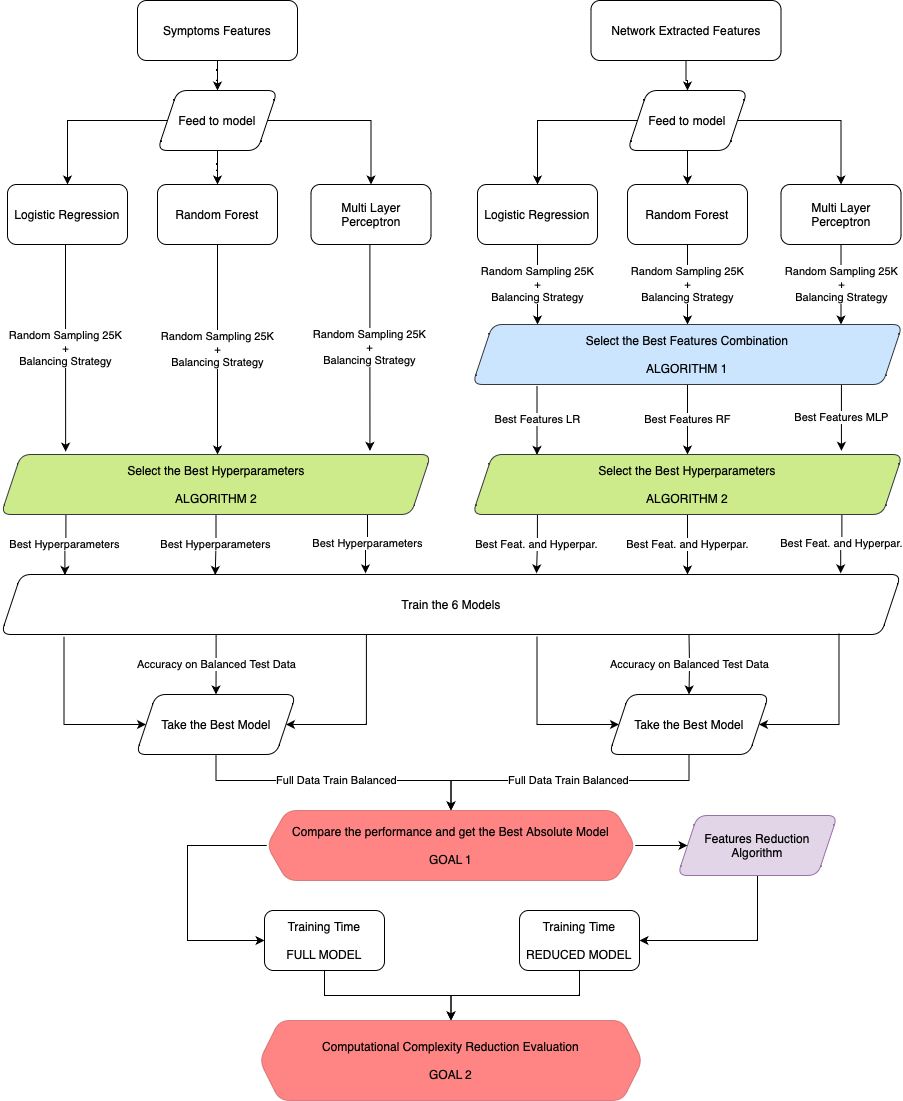
The draw.io diagram report/images/operational_flow.png in DavideLigari/disease-prediction, before a commit. Source tidied: cells renumbered, new cells last; positions are measured from the earlier drawing's top-left corner, leaving out a move shared by most shapes.
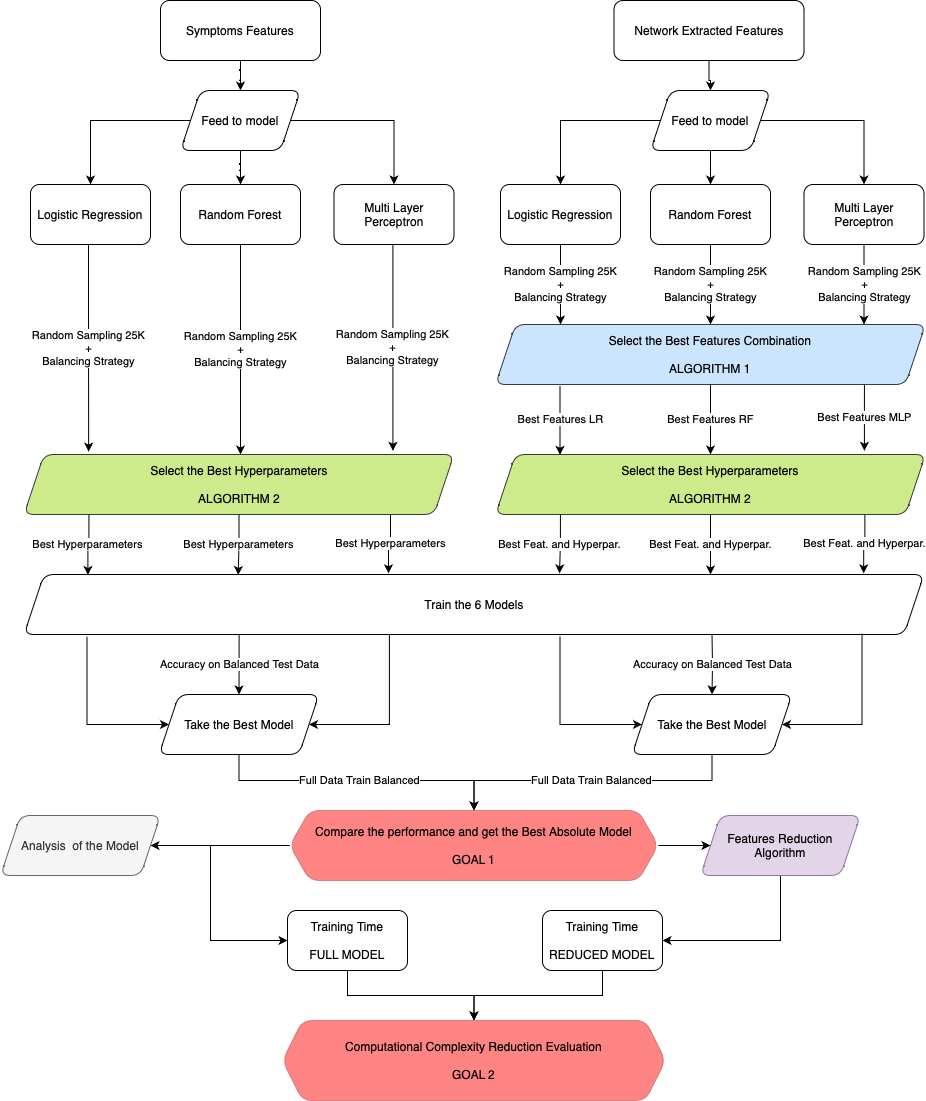
After the change.

The edit, as a diff of the source:
```diff
@@ -257,8 +257,14 @@
         </Array>
       </mxGeometry>
     </mxCell>
+    <mxCell id="59" style="edgeStyle=orthogonalEdgeStyle;rounded=0;jettySize=auto;html=1;entryX=1;entryY=0.5;entryDx=0;entryDy=0;" parent="1" edge="1" source="58" target="60">
+      <mxGeometry relative="1" as="geometry" />
+    </mxCell>
     <mxCell id="58" value="Compare the performance and get the Best Absolute Model&lt;br&gt;&lt;br&gt;GOAL 1" style="shape=hexagon;perimeter=hexagonPerimeter2;whiteSpace=wrap;html=1;fixedSize=1;rounded=1;fillColor=#FF3333;strokeColor=#b85450;opacity=60;shadow=0;" parent="1" vertex="1">
       <mxGeometry x="265.2" y="810" width="368.5" height="70" as="geometry" />
     </mxCell>
+    <mxCell id="60" value="Analysis &amp;nbsp;of the Model" style="shape=parallelogram;perimeter=parallelogramPerimeter;whiteSpace=wrap;html=1;fixedSize=1;rounded=1;fillColor=#f5f5f5;strokeColor=#666666;fontColor=#333333;" parent="1" vertex="1">
+      <mxGeometry x="-24" y="815" width="160" height="60" as="geometry" />
+    </mxCell>
   </root>
 </mxGraphModel>
```
